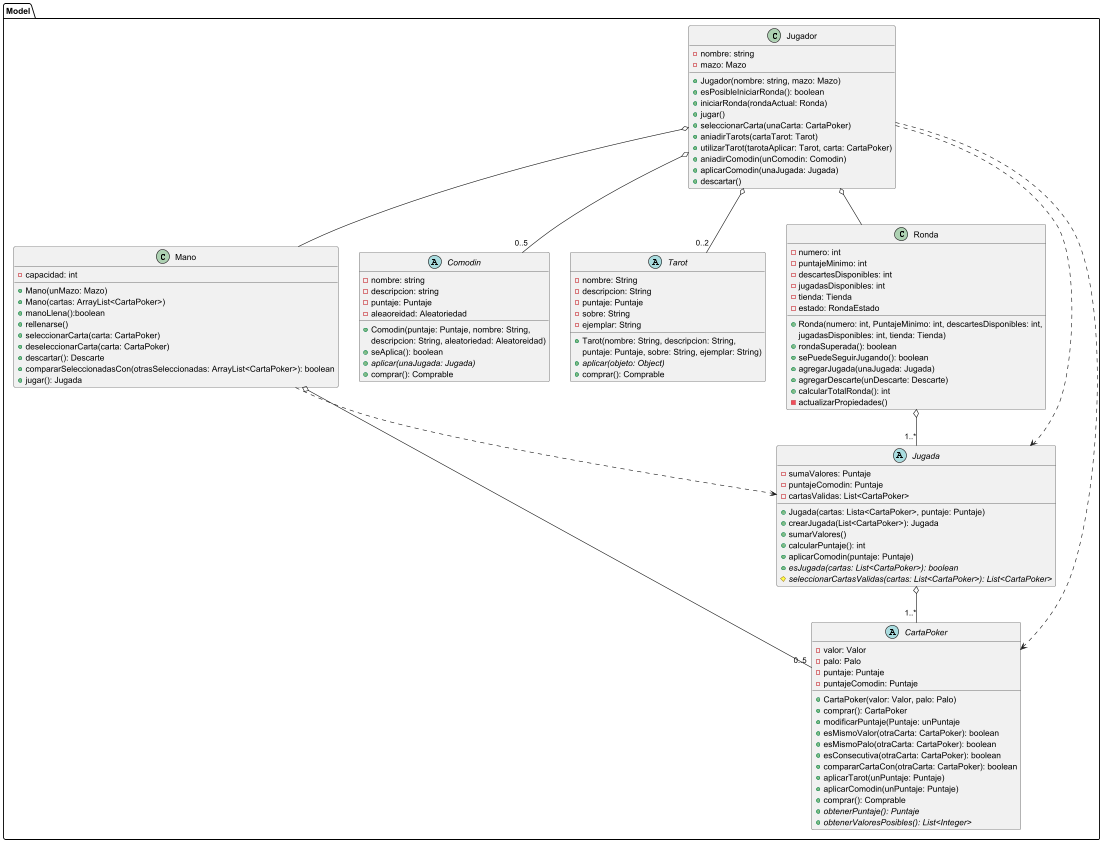
The PlantUML diagram diagrams/classes/clasesBalatro2.png in carruizdiaz1109/UBAlatro, before a commit.
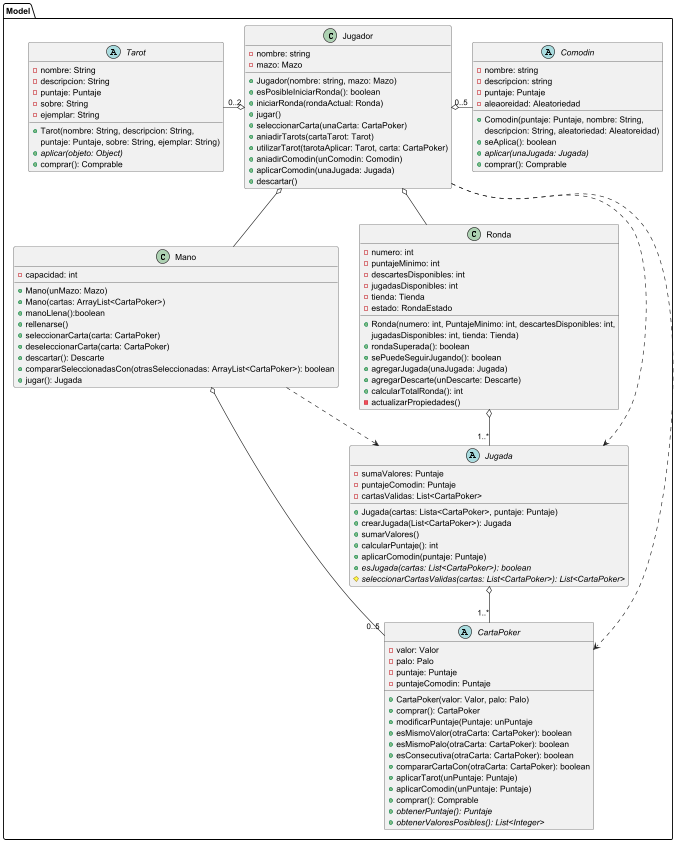
The same diagram one commit later.

What changed in the source:
```diff
@@ -116,8 +116,8 @@
     Jugador o-- Mano
     Jugador ..> CartaPoker
     Jugador ..> Jugada
-    Jugador o-- "0..2" Tarot
-    Jugador o-- "0..5" Comodin
+    Jugador o-left- "0..2" Tarot
+    Jugador o-right- "0..5" Comodin
 
     Ronda o-- "1..*" Jugada
 
```
